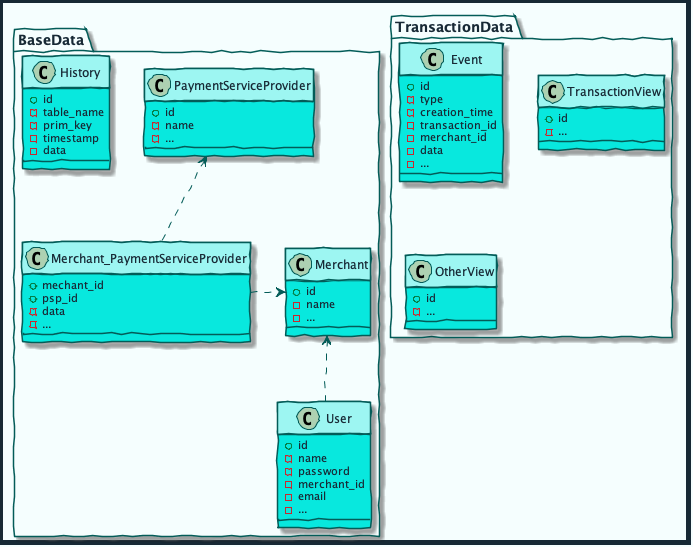
Above: diagrams/out/erm.png in mobilabsolutions/stash-sdk-wiki (PlantUML), before the change.
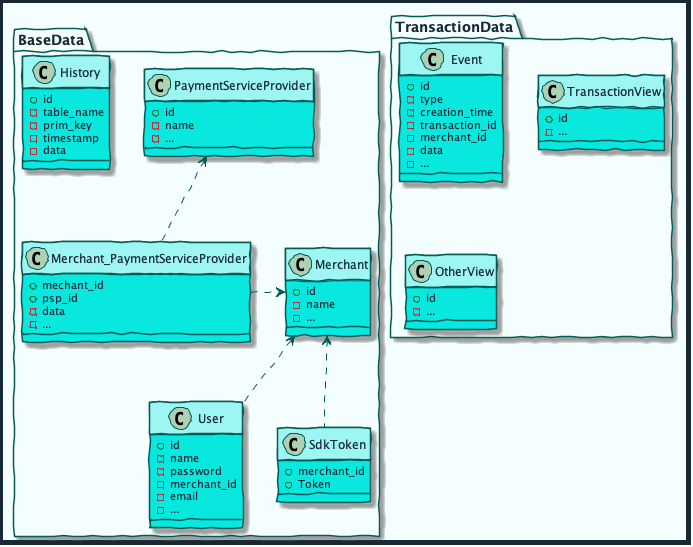
After the commit.

The edit, as a diff of the source:
```diff
@@ -74,9 +74,15 @@
         - data
     }
 
+    class SdkToken {
+        + merchant_id
+        + Token
+    }
+
     Merchant_PaymentServiceProvider .> Merchant
     PaymentServiceProvider <-. Merchant_PaymentServiceProvider
     Merchant <-. User
+    Merchant <-. SdkToken
 }
 
 package TransactionData {
```
